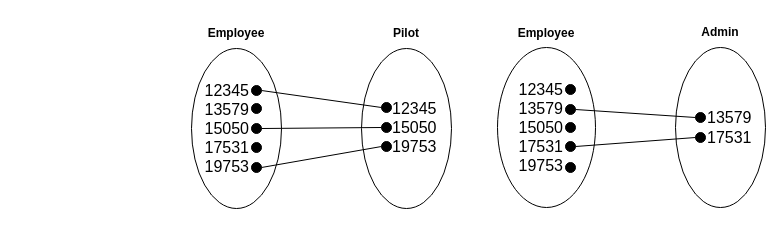
The draw.io diagram page "EO AEP" (16 of 57) of h-cs/ddd/H-DDD-Clydeview/assets/Diagrams/H DDD Clydeview.drawio in MrFriendCS/MrFriendCS.github.io, before the edit. Source tidied: cells renumbered, new cells numbered last; positions are measured from the earlier drawing's top-left corner, leaving out a move shared by most shapes. Both pictures are drawn from the tidied source at 100%, with x=0, y=0 at pixel (191, 17).
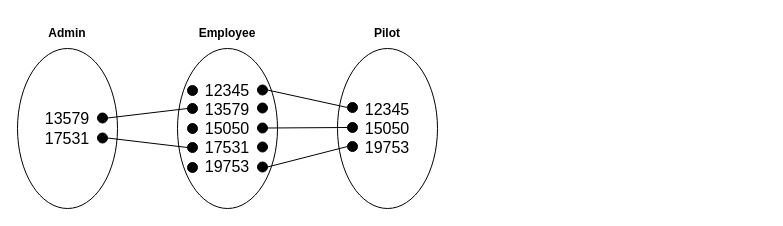
After the change.

What changed in the source:
```diff
@@
     <mxCell id="2" style="ellipse;whiteSpace=wrap;html=1;fillColor=none;" parent="1" vertex="1">
-      <mxGeometry x="170" y="31" width="90" height="160" as="geometry" />
+      <mxGeometry x="146" y="31" width="100" height="160" as="geometry" />
     </mxCell>
@@
     <mxCell id="6" value="&lt;b&gt;Employee&lt;/b&gt;" style="text;html=1;align=center;verticalAlign=middle;whiteSpace=wrap;rounded=0;" parent="1" vertex="1">
-      <mxGeometry x="15" y="1" width="60" height="30" as="geometry" />
+      <mxGeometry x="6" y="1" width="60" height="30" as="geometry" />
     </mxCell>
     <mxCell id="7" style="ellipse;whiteSpace=wrap;html=1;fillColor=none;" parent="1" vertex="1">
-      <mxGeometry y="31" width="90" height="160" as="geometry" />
+      <mxGeometry x="-14" y="31" width="100" height="160" as="geometry" />
     </mxCell>
     <mxCell id="8" style="ellipse;whiteSpace=wrap;html=1;fillColor=#000000;flipH=0;" parent="1" vertex="1">
-      <mxGeometry x="60" y="86" width="10" height="10" as="geometry" />
+      <mxGeometry x="66" y="85.5" width="10" height="10" as="geometry" />
     </mxCell>
     <mxCell id="9" style="ellipse;whiteSpace=wrap;html=1;fillColor=#000000;flipH=0;" parent="1" vertex="1">
-      <mxGeometry x="60" y="106" width="10" height="10" as="geometry" />
+      <mxGeometry x="66" y="105.5" width="10" height="10" as="geometry" />
     </mxCell>
     <mxCell id="10" style="ellipse;whiteSpace=wrap;html=1;fillColor=#000000;flipH=0;" parent="1" vertex="1">
-      <mxGeometry x="60" y="125" width="10" height="10" as="geometry" />
+      <mxGeometry x="66" y="124.5" width="10" height="10" as="geometry" />
     </mxCell>
-    <mxCell id="11" value="&lt;div&gt;&lt;span style=&quot;font-size: 16px;&quot;&gt;12345&lt;/span&gt;&lt;/div&gt;&lt;div&gt;&lt;span style=&quot;font-size: 16px;&quot;&gt;13579&lt;/span&gt;&lt;/div&gt;&lt;div&gt;&lt;span style=&quot;font-size: 16px;&quot;&gt;15050&lt;/span&gt;&lt;/div&gt;&lt;div&gt;&lt;span style=&quot;font-size: 16px;&quot;&gt;17531&lt;/span&gt;&lt;/div&gt;&lt;div&gt;&lt;span style=&quot;font-size: 16px;&quot;&gt;19753&lt;/span&gt;&lt;/div&gt;" style="text;html=1;align=right;verticalAlign=middle;whiteSpace=wrap;rounded=0;flipH=0;" parent="1" vertex="1">
-      <mxGeometry x="10" y="61" width="50" height="100" as="geometry" />
+    <mxCell id="11" value="&lt;div&gt;&lt;span style=&quot;font-size: 16px;&quot;&gt;12345&lt;/span&gt;&lt;/div&gt;&lt;div&gt;&lt;span style=&quot;font-size: 16px;&quot;&gt;13579&lt;/span&gt;&lt;/div&gt;&lt;div&gt;&lt;span style=&quot;font-size: 16px;&quot;&gt;15050&lt;/span&gt;&lt;/div&gt;&lt;div&gt;&lt;span style=&quot;font-size: 16px;&quot;&gt;17531&lt;/span&gt;&lt;/div&gt;&lt;div&gt;&lt;span style=&quot;font-size: 16px;&quot;&gt;19753&lt;/span&gt;&lt;/div&gt;" style="text;html=1;align=center;verticalAlign=middle;whiteSpace=wrap;rounded=0;flipH=0;" parent="1" vertex="1">
+      <mxGeometry x="6" y="60.5" width="60" height="100" as="geometry" />
     </mxCell>
     <mxCell id="12" value="&lt;b&gt;Pilot&lt;/b&gt;" style="text;html=1;align=center;verticalAlign=middle;whiteSpace=wrap;rounded=0;" parent="1" vertex="1">
-      <mxGeometry x="185" y="1" width="60" height="30" as="geometry" />
+      <mxGeometry x="166" y="1" width="60" height="30" as="geometry" />
     </mxCell>
     <mxCell id="13" style="ellipse;whiteSpace=wrap;html=1;fillColor=#000000;" parent="1" vertex="1">
-      <mxGeometry x="190" y="85" width="10" height="10" as="geometry" />
+      <mxGeometry x="156" y="85" width="10" height="10" as="geometry" />
     </mxCell>
     <mxCell id="14" style="ellipse;whiteSpace=wrap;html=1;fillColor=#000000;" parent="1" vertex="1">
-      <mxGeometry x="190" y="105" width="10" height="10" as="geometry" />
+      <mxGeometry x="156" y="105" width="10" height="10" as="geometry" />
     </mxCell>
-    <mxCell id="15" value="&lt;div style=&quot;text-align: right;&quot;&gt;&lt;span style=&quot;font-size: 16px;&quot;&gt;12345&lt;/span&gt;&lt;/div&gt;&lt;div style=&quot;text-align: right;&quot;&gt;&lt;span style=&quot;font-size: 16px; background-color: initial;&quot;&gt;15050&lt;/span&gt;&lt;br&gt;&lt;/div&gt;&lt;div style=&quot;text-align: right;&quot;&gt;&lt;span style=&quot;font-size: 16px; background-color: initial;&quot;&gt;19753&lt;/span&gt;&lt;br&gt;&lt;/div&gt;" style="text;html=1;align=left;verticalAlign=middle;whiteSpace=wrap;rounded=0;" parent="1" vertex="1">
-      <mxGeometry x="199" y="79.5" width="46" height="60" as="geometry" />
+    <mxCell id="15" value="&lt;div style=&quot;&quot;&gt;&lt;span style=&quot;font-size: 16px;&quot;&gt;12345&lt;/span&gt;&lt;/div&gt;&lt;div style=&quot;&quot;&gt;&lt;span style=&quot;font-size: 16px; background-color: initial;&quot;&gt;15050&lt;/span&gt;&lt;br&gt;&lt;/div&gt;&lt;div style=&quot;&quot;&gt;&lt;span style=&quot;font-size: 16px; background-color: initial;&quot;&gt;19753&lt;/span&gt;&lt;br&gt;&lt;/div&gt;" style="text;html=1;align=center;verticalAlign=middle;whiteSpace=wrap;rounded=0;" parent="1" vertex="1">
+      <mxGeometry x="173" y="81" width="46" height="60" as="geometry" />
     </mxCell>
     <mxCell id="16" style="ellipse;whiteSpace=wrap;html=1;fillColor=#000000;" parent="1" vertex="1">
-      <mxGeometry x="190" y="124" width="10" height="10" as="geometry" />
+      <mxGeometry x="156" y="124" width="10" height="10" as="geometry" />
     </mxCell>
-    <mxCell id="17" style="endArrow=none;html=1;rounded=0;entryX=1;entryY=0.5;entryDx=0;entryDy=0;exitX=0;exitY=0.5;exitDx=0;exitDy=0;" parent="1" edge="1" source="25" target="20">
+    <mxCell id="17" style="endArrow=none;html=1;rounded=0;exitX=1;exitY=0.5;exitDx=0;exitDy=0;entryX=0;entryY=0.5;entryDx=0;entryDy=0;" parent="1" edge="1" source="25" target="34">
       <mxGeometry relative="1" as="geometry" />
     </mxCell>
-    <mxCell id="18" value="&lt;b&gt;Employee&lt;/b&gt;" style="text;html=1;align=center;verticalAlign=middle;whiteSpace=wrap;rounded=0;" parent="1" vertex="1">
-      <mxGeometry x="325" y="1" width="60" height="30" as="geometry" />
-    </mxCell>
-    <mxCell id="19" style="ellipse;whiteSpace=wrap;html=1;fillColor=none;" parent="1" vertex="1">
-      <mxGeometry x="306" y="30" width="98" height="160" as="geometry" />
-    </mxCell>
-    <mxCell id="20" style="ellipse;whiteSpace=wrap;html=1;fillColor=#000000;flipH=0;" parent="1" vertex="1">
-      <mxGeometry x="374" y="87" width="10" height="10" as="geometry" />
-    </mxCell>
-    <mxCell id="21" style="ellipse;whiteSpace=wrap;html=1;fillColor=#000000;flipH=0;" parent="1" vertex="1">
-      <mxGeometry x="374" y="105" width="10" height="10" as="geometry" />
-    </mxCell>
-    <mxCell id="22" value="&lt;div&gt;&lt;div&gt;&lt;span style=&quot;font-size: 16px;&quot;&gt;12345&lt;/span&gt;&lt;/div&gt;&lt;div&gt;&lt;span style=&quot;font-size: 16px;&quot;&gt;13579&lt;/span&gt;&lt;/div&gt;&lt;div&gt;&lt;span style=&quot;font-size: 16px;&quot;&gt;15050&lt;/span&gt;&lt;/div&gt;&lt;div&gt;&lt;span style=&quot;font-size: 16px;&quot;&gt;17531&lt;/span&gt;&lt;/div&gt;&lt;div&gt;&lt;span style=&quot;font-size: 16px;&quot;&gt;19753&lt;/span&gt;&lt;/div&gt;&lt;/div&gt;" style="text;html=1;align=right;verticalAlign=middle;whiteSpace=wrap;rounded=0;flipH=0;" parent="1" vertex="1">
-      <mxGeometry x="326" y="70" width="48" height="79" as="geometry" />
-    </mxCell>
     <mxCell id="23" style="ellipse;whiteSpace=wrap;html=1;fillColor=none;" parent="1" vertex="1">
-      <mxGeometry x="484" y="30" width="90" height="160" as="geometry" />
+      <mxGeometry x="-174" y="31" width="100" height="160" as="geometry" />
     </mxCell>
     <mxCell id="24" value="&lt;b&gt;Admin&lt;/b&gt;" style="text;html=1;align=center;verticalAlign=middle;whiteSpace=wrap;rounded=0;" parent="1" vertex="1">
-      <mxGeometry x="499" width="60" height="30" as="geometry" />
+      <mxGeometry x="-154" y="1" width="60" height="30" as="geometry" />
     </mxCell>
     <mxCell id="25" style="ellipse;whiteSpace=wrap;html=1;fillColor=#000000;" parent="1" vertex="1">
-      <mxGeometry x="504" y="95" width="10" height="10" as="geometry" />
+      <mxGeometry x="-94" y="95.5" width="10" height="10" as="geometry" />
     </mxCell>
-    <mxCell id="26" value="&lt;div style=&quot;&quot;&gt;&lt;div style=&quot;text-align: right;&quot;&gt;&lt;span style=&quot;font-size: 16px; background-color: initial;&quot;&gt;13579&lt;/span&gt;&lt;br&gt;&lt;/div&gt;&lt;div style=&quot;text-align: right;&quot;&gt;&lt;span style=&quot;font-size: 16px; background-color: initial;&quot;&gt;17531&lt;/span&gt;&lt;/div&gt;&lt;/div&gt;" style="text;html=1;align=left;verticalAlign=middle;whiteSpace=wrap;rounded=0;" parent="1" vertex="1">
-      <mxGeometry x="514" y="90" width="42" height="39" as="geometry" />
+    <mxCell id="26" value="&lt;div style=&quot;&quot;&gt;&lt;div style=&quot;&quot;&gt;&lt;span style=&quot;font-size: 16px; background-color: initial;&quot;&gt;13579&lt;/span&gt;&lt;br&gt;&lt;/div&gt;&lt;div style=&quot;&quot;&gt;&lt;span style=&quot;font-size: 16px; background-color: initial;&quot;&gt;17531&lt;/span&gt;&lt;/div&gt;&lt;/div&gt;" style="text;html=1;align=center;verticalAlign=middle;whiteSpace=wrap;rounded=0;" parent="1" vertex="1">
+      <mxGeometry x="-154" y="91" width="60" height="39" as="geometry" />
     </mxCell>
     <mxCell id="27" style="ellipse;whiteSpace=wrap;html=1;fillColor=#000000;" parent="1" vertex="1">
-      <mxGeometry x="504" y="115" width="10" height="10" as="geometry" />
+      <mxGeometry x="-94" y="115.5" width="10" height="10" as="geometry" />
     </mxCell>
-    <mxCell id="28" style="ellipse;whiteSpace=wrap;html=1;fillColor=#000000;flipH=0;" parent="1" vertex="1">
-      <mxGeometry x="374" y="67" width="10" height="10" as="geometry" />
-    </mxCell>
-    <mxCell id="29" style="ellipse;whiteSpace=wrap;html=1;fillColor=#000000;flipH=0;" parent="1" vertex="1">
-      <mxGeometry x="374" y="124" width="10" height="10" as="geometry" />
-    </mxCell>
-    <mxCell id="30" style="endArrow=none;html=1;rounded=0;entryX=1;entryY=0.5;entryDx=0;entryDy=0;exitX=0;exitY=0.5;exitDx=0;exitDy=0;" parent="1" edge="1" source="27" target="29">
+    <mxCell id="30" style="endArrow=none;html=1;rounded=0;exitX=1;exitY=0.5;exitDx=0;exitDy=0;entryX=0;entryY=0.5;entryDx=0;entryDy=0;" parent="1" edge="1" source="27" target="36">
       <mxGeometry relative="1" as="geometry" />
     </mxCell>
     <mxCell id="31" style="ellipse;whiteSpace=wrap;html=1;fillColor=#000000;flipH=0;" parent="1" vertex="1">
-      <mxGeometry x="60" y="68" width="10" height="10" as="geometry" />
+      <mxGeometry x="66" y="67.5" width="10" height="10" as="geometry" />
     </mxCell>
     <mxCell id="32" style="ellipse;whiteSpace=wrap;html=1;fillColor=#000000;flipH=0;" parent="1" vertex="1">
-      <mxGeometry x="60" y="145" width="10" height="10" as="geometry" />
+      <mxGeometry x="66" y="144.5" width="10" height="10" as="geometry" />
     </mxCell>
-    <mxCell id="33" style="ellipse;whiteSpace=wrap;html=1;fillColor=#000000;flipH=0;" parent="1" vertex="1">
-      <mxGeometry x="374" y="145" width="10" height="10" as="geometry" />
-    </mxCell>
+    <mxCell id="34" style="ellipse;whiteSpace=wrap;html=1;fillColor=#000000;flipH=0;" parent="1" vertex="1">
+      <mxGeometry x="-4" y="86" width="10" height="10" as="geometry" />
+    </mxCell>
+    <mxCell id="35" style="ellipse;whiteSpace=wrap;html=1;fillColor=#000000;flipH=0;" parent="1" vertex="1">
+      <mxGeometry x="-4" y="106" width="10" height="10" as="geometry" />
+    </mxCell>
+    <mxCell id="36" style="ellipse;whiteSpace=wrap;html=1;fillColor=#000000;flipH=0;" parent="1" vertex="1">
+      <mxGeometry x="-4" y="125" width="10" height="10" as="geometry" />
+    </mxCell>
+    <mxCell id="37" style="ellipse;whiteSpace=wrap;html=1;fillColor=#000000;flipH=0;" parent="1" vertex="1">
+      <mxGeometry x="-4" y="68" width="10" height="10" as="geometry" />
+    </mxCell>
+    <mxCell id="38" style="ellipse;whiteSpace=wrap;html=1;fillColor=#000000;flipH=0;" parent="1" vertex="1">
+      <mxGeometry x="-4" y="145" width="10" height="10" as="geometry" />
+    </mxCell>
```
